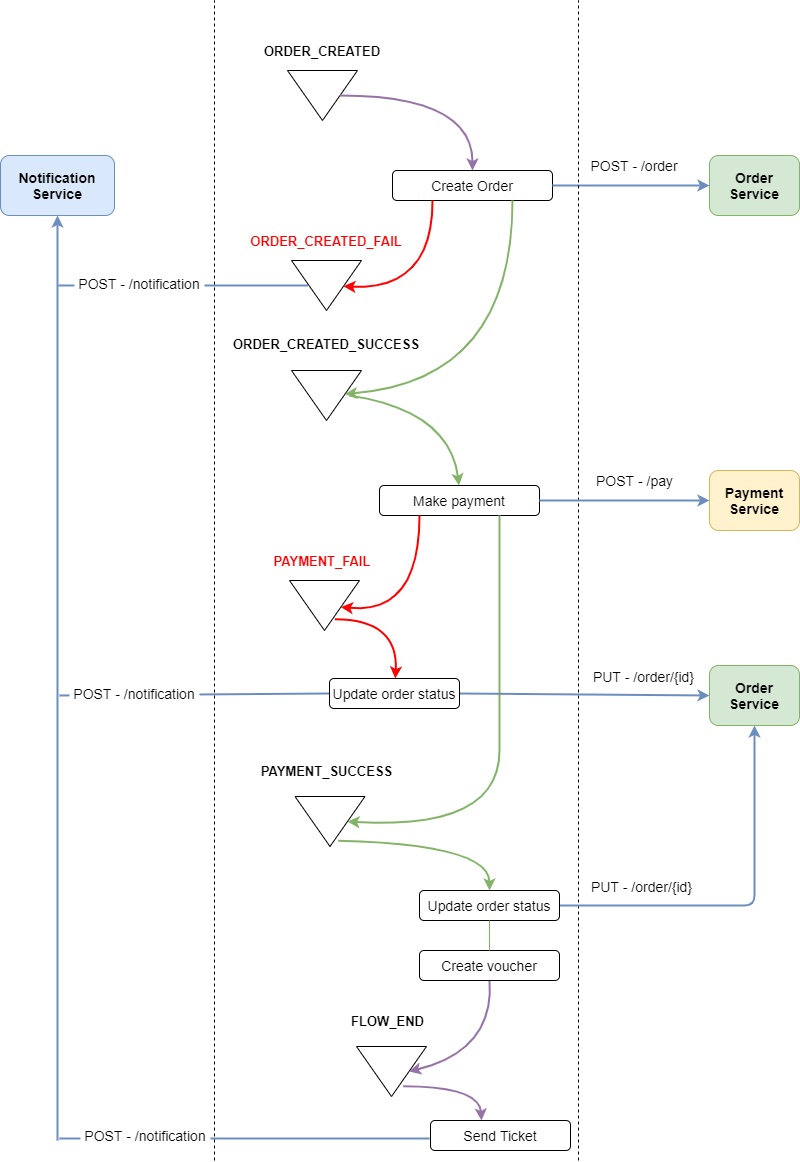
This is doc/Saga payment-Architecture.png from damiancipolat/Node-event-saga, a draw.io export, as it was before one commit. Source tidied: cells renumbered, new cells last; positions are measured from the earlier drawing's top-left corner, leaving out a move shared by most shapes.
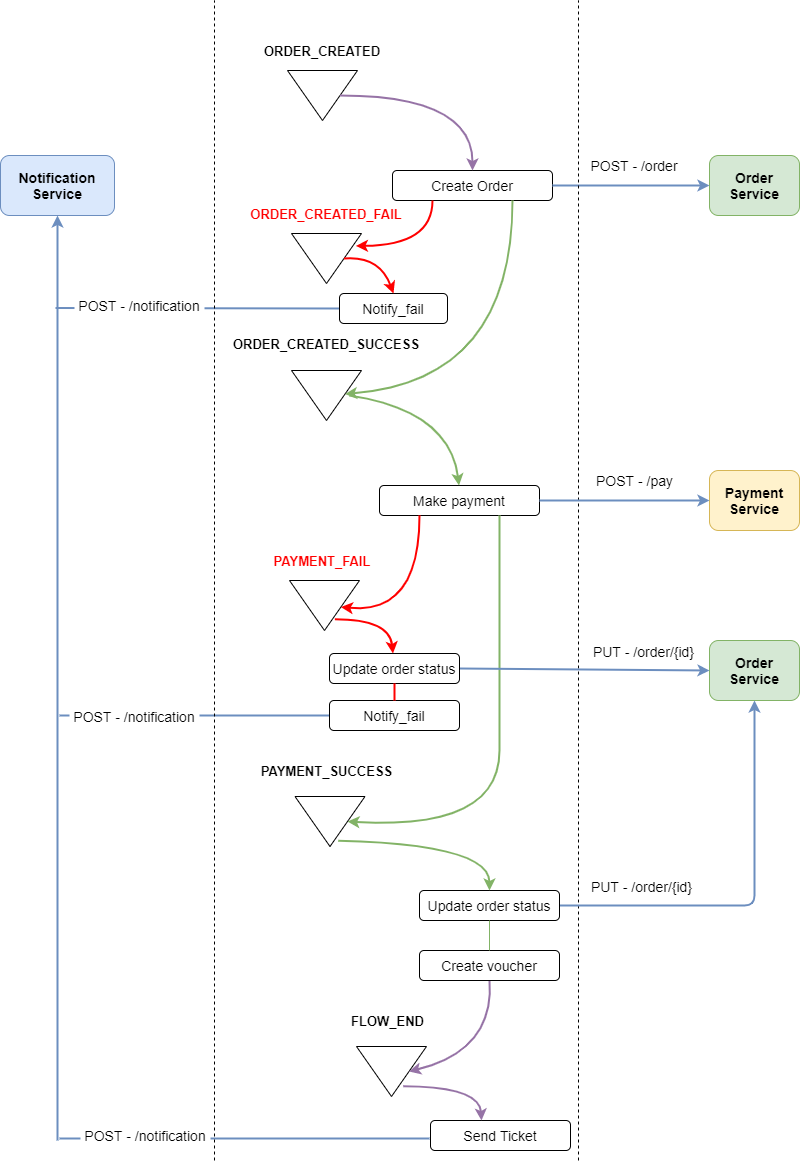
The same file after the commit.

Change to the diagram source:
```diff
@@ -2,23 +2,22 @@
   <root>
     <mxCell id="0" />
     <mxCell id="1" parent="0" />
-    <mxCell id="2" style="endArrow=none;html=1;strokeColor=#6c8ebf;strokeWidth=2;fontSize=16;fontColor=#FF0000;fillColor=#dae8fc;endFill=0;" parent="1" edge="1">
-      <mxGeometry relative="1" as="geometry">
-        <mxPoint x="429" y="1138" as="sourcePoint" />
-        <mxPoint x="59" y="1138" as="targetPoint" />
-      </mxGeometry>
-    </mxCell>
-    <mxCell id="3" style="endArrow=none;html=1;strokeColor=#6c8ebf;strokeWidth=2;fontSize=16;fontColor=#FF0000;fillColor=#dae8fc;endFill=0;exitX=0;exitY=0.5;exitDx=0;exitDy=0;" parent="1" edge="1" source="37">
+    <mxCell id="3" style="endArrow=none;html=1;strokeColor=#6c8ebf;strokeWidth=2;fontSize=16;fontColor=#FF0000;fillColor=#dae8fc;endFill=0;exitX=0;exitY=0.5;exitDx=0;exitDy=0;" parent="1" edge="1" source="54">
       <mxGeometry relative="1" as="geometry">
-        <mxPoint x="59" y="695" as="targetPoint" />
+        <mxPoint x="59" y="715" as="targetPoint" />
       </mxGeometry>
     </mxCell>
-    <mxCell id="4" style="endArrow=none;html=1;strokeColor=#6c8ebf;strokeWidth=2;fontSize=16;fontColor=#FF0000;fillColor=#dae8fc;endFill=0;exitX=0.5;exitY=1;exitDx=0;exitDy=0;" parent="1" edge="1">
+    <mxCell id="4" style="endArrow=none;html=1;strokeColor=#6c8ebf;strokeWidth=2;fontSize=16;fontColor=#FF0000;fillColor=#dae8fc;endFill=0;exitX=0;exitY=0.5;exitDx=0;exitDy=0;" parent="1" edge="1" source="52">
       <mxGeometry relative="1" as="geometry">
-        <mxPoint x="307.5" y="285" as="sourcePoint" />
-        <mxPoint x="58" y="285" as="targetPoint" />
+        <mxPoint x="55" y="307.5" as="targetPoint" />
       </mxGeometry>
     </mxCell>
+    <mxCell id="2" style="endArrow=none;html=1;strokeColor=#6c8ebf;strokeWidth=2;fontSize=16;fontColor=#FF0000;fillColor=#dae8fc;endFill=0;" parent="1" edge="1">
+      <mxGeometry relative="1" as="geometry">
+        <mxPoint x="429" y="1138" as="sourcePoint" />
+        <mxPoint x="59" y="1138" as="targetPoint" />
+      </mxGeometry>
+    </mxCell>
     <mxCell id="5" value="Create Order" style="rounded=1;whiteSpace=wrap;html=1;fontStyle=0;fontSize=14;align=center;" parent="1" vertex="1">
       <mxGeometry x="392" y="170" width="160" height="30" as="geometry" />
     </mxCell>
@@ -52,15 +51,15 @@
       </mxGeometry>
     </mxCell>
     <mxCell id="13" value="&lt;font style=&quot;font-size: 13px&quot;&gt;ORDER_CREATED_FAIL&lt;/font&gt;" style="text;html=1;strokeColor=none;fillColor=none;align=center;verticalAlign=middle;whiteSpace=wrap;rounded=0;fontSize=16;fontStyle=1;fontColor=#FF0000;" parent="1" vertex="1">
-      <mxGeometry x="236" y="230" width="180" height="20" as="geometry" />
+      <mxGeometry x="236" y="203" width="180" height="20" as="geometry" />
     </mxCell>
     <mxCell id="14" style="triangle;whiteSpace=wrap;html=1;fontSize=12;rotation=90;" parent="1" vertex="1">
-      <mxGeometry x="301" y="250" width="50" height="70" as="geometry" />
+      <mxGeometry x="301" y="223" width="50" height="70" as="geometry" />
     </mxCell>
-    <mxCell id="15" style="curved=1;endArrow=classic;html=1;fontSize=16;exitX=0.25;exitY=1;exitDx=0;exitDy=0;fontColor=#FF3333;strokeColor=#FF0000;strokeWidth=2;fillColor=#f8cecc;" parent="1" edge="1" source="5" target="14">
+    <mxCell id="15" style="curved=1;endArrow=classic;html=1;fontSize=16;exitX=0.25;exitY=1;exitDx=0;exitDy=0;fontColor=#FF3333;strokeColor=#FF0000;strokeWidth=2;fillColor=#f8cecc;entryX=0.248;entryY=0.08;entryDx=0;entryDy=0;entryPerimeter=0;" parent="1" edge="1" source="5" target="14">
       <mxGeometry relative="1" as="geometry">
         <Array as="points">
-          <mxPoint x="432" y="290" />
+          <mxPoint x="432" y="245" />
         </Array>
       </mxGeometry>
     </mxCell>
@@ -81,9 +80,6 @@
         <mxPoint x="57" y="1140" as="sourcePoint" />
       </mxGeometry>
     </mxCell>
-    <mxCell id="21" value="POST - /notification" style="text;html=1;align=center;verticalAlign=middle;whiteSpace=wrap;rounded=0;fontSize=14;fillColor=#ffffff;" parent="1" vertex="1">
-      <mxGeometry x="74" y="273" width="130" height="20" as="geometry" />
-    </mxCell>
     <mxCell id="22" style="endArrow=none;dashed=1;html=1;strokeColor=#000000;strokeWidth=1;fontSize=14;fontColor=#000000;" parent="1" edge="1">
       <mxGeometry relative="1" as="geometry">
         <mxPoint x="214" y="1160" as="sourcePoint" />
@@ -144,27 +140,24 @@
       </mxGeometry>
     </mxCell>
     <mxCell id="34" value="Order Service" style="rounded=1;whiteSpace=wrap;html=1;fontStyle=1;fontSize=14;fillColor=#d5e8d4;strokeColor=#82b366;" parent="1" vertex="1">
-      <mxGeometry x="709" y="665" width="90" height="60" as="geometry" />
+      <mxGeometry x="709" y="640" width="90" height="60" as="geometry" />
     </mxCell>
     <mxCell id="35" style="endArrow=classic;html=1;strokeColor=#6c8ebf;strokeWidth=2;fontSize=16;fontColor=#FF0000;exitX=1;exitY=0.5;exitDx=0;exitDy=0;entryX=0;entryY=0.5;entryDx=0;entryDy=0;fillColor=#dae8fc;" parent="1" edge="1" source="37" target="34">
       <mxGeometry relative="1" as="geometry" />
     </mxCell>
     <mxCell id="36" value="PUT - /order/{id}" style="text;html=1;strokeColor=none;fillColor=none;align=center;verticalAlign=middle;whiteSpace=wrap;rounded=0;fontSize=14;fontColor=#000000;" parent="1" vertex="1">
-      <mxGeometry x="590.5" y="666" width="104.5" height="20" as="geometry" />
+      <mxGeometry x="590.5" y="641" width="104.5" height="20" as="geometry" />
     </mxCell>
     <mxCell id="37" value="Update order status" style="rounded=1;whiteSpace=wrap;html=1;fontStyle=0;fontSize=14;align=center;" parent="1" vertex="1">
-      <mxGeometry x="329" y="678" width="130" height="30" as="geometry" />
+      <mxGeometry x="329" y="653" width="130" height="30" as="geometry" />
     </mxCell>
     <mxCell id="38" style="curved=1;endArrow=classic;html=1;fontSize=16;exitX=0.777;exitY=0.352;exitDx=0;exitDy=0;fontColor=#FF3333;strokeColor=#FF0000;strokeWidth=2;fillColor=#f8cecc;exitPerimeter=0;" parent="1" edge="1" source="32" target="37">
       <mxGeometry relative="1" as="geometry">
         <Array as="points">
-          <mxPoint x="398" y="619" />
+          <mxPoint x="389" y="619" />
         </Array>
       </mxGeometry>
     </mxCell>
-    <mxCell id="39" value="POST - /notification" style="text;html=1;align=center;verticalAlign=middle;whiteSpace=wrap;rounded=0;fontSize=14;fillColor=#ffffff;" parent="1" vertex="1">
-      <mxGeometry x="69" y="683" width="130" height="20" as="geometry" />
-    </mxCell>
     <mxCell id="40" style="endArrow=classic;html=1;strokeColor=#6c8ebf;strokeWidth=2;fontSize=16;fontColor=#FF0000;entryX=0.5;entryY=1;entryDx=0;entryDy=0;fillColor=#dae8fc;exitX=1;exitY=0.5;exitDx=0;exitDy=0;" parent="1" edge="1" source="41" target="34">
       <mxGeometry relative="1" as="geometry">
         <Array as="points">
@@ -218,5 +211,27 @@
     <mxCell id="51" value="POST - /notification" style="text;html=1;align=center;verticalAlign=middle;whiteSpace=wrap;rounded=0;fontSize=14;fillColor=#ffffff;" parent="1" vertex="1">
       <mxGeometry x="80" y="1125" width="130" height="20" as="geometry" />
     </mxCell>
+    <mxCell id="52" value="Notify_fail" style="rounded=1;whiteSpace=wrap;html=1;fontStyle=0;fontSize=14;align=center;" parent="1" vertex="1">
+      <mxGeometry x="339" y="293" width="108" height="30" as="geometry" />
+    </mxCell>
+    <mxCell id="21" value="POST - /notification" style="text;html=1;align=center;verticalAlign=middle;whiteSpace=wrap;rounded=0;fontSize=14;fillColor=#ffffff;" parent="1" vertex="1">
+      <mxGeometry x="74" y="295" width="130" height="20" as="geometry" />
+    </mxCell>
+    <mxCell id="53" style="curved=1;endArrow=classic;html=1;fontSize=16;exitX=0.5;exitY=0;exitDx=0;exitDy=0;fontColor=#FF3333;strokeColor=#FF0000;strokeWidth=2;fillColor=#f8cecc;entryX=0.5;entryY=0;entryDx=0;entryDy=0;" parent="1" edge="1" source="14" target="52">
+      <mxGeometry relative="1" as="geometry">
+        <Array as="points">
+          <mxPoint x="379" y="255" />
+        </Array>
+      </mxGeometry>
+    </mxCell>
+    <mxCell id="54" value="Notify_fail" style="rounded=1;whiteSpace=wrap;html=1;fontStyle=0;fontSize=14;align=center;" parent="1" vertex="1">
+      <mxGeometry x="329" y="700" width="130" height="30" as="geometry" />
+    </mxCell>
+    <mxCell id="39" value="POST - /notification" style="text;html=1;align=center;verticalAlign=middle;whiteSpace=wrap;rounded=0;fontSize=14;fillColor=#ffffff;" parent="1" vertex="1">
+      <mxGeometry x="69" y="706" width="130" height="20" as="geometry" />
+    </mxCell>
+    <mxCell id="55" style="endArrow=none;html=1;entryX=0.5;entryY=1;entryDx=0;entryDy=0;strokeColor=#FF0000;strokeWidth=2;" parent="1" edge="1" source="54" target="37">
+      <mxGeometry relative="1" as="geometry" />
+    </mxCell>
   </root>
 </mxGraphModel>
```
